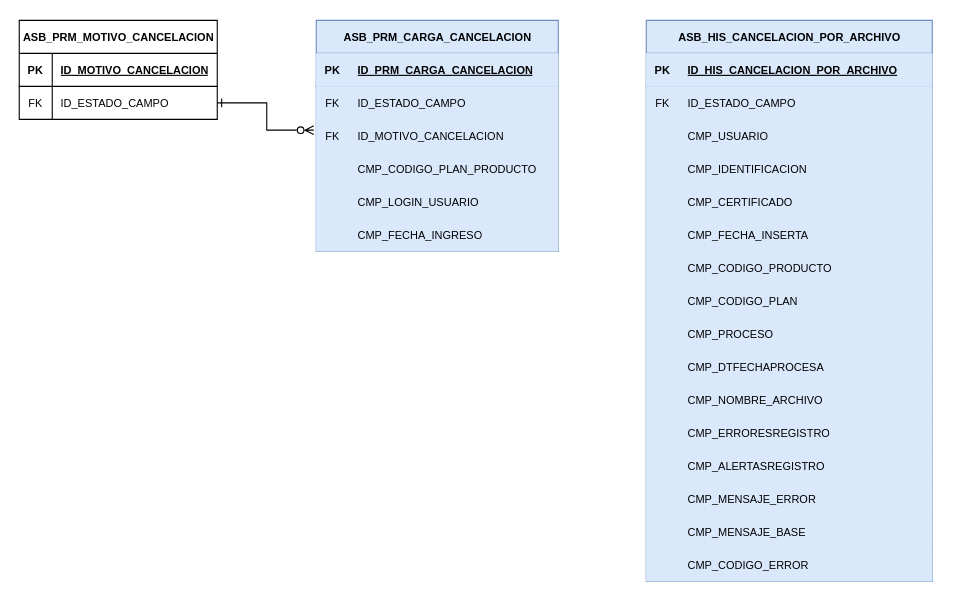
Earlier version of the draw.io diagram CargaCancelacionPorArchivo.drawio (dmateoval/Diagramas). Source tidied: cells renumbered, new cells numbered last; positions are measured from the earlier drawing's top-left corner, leaving out a move shared by most shapes. Both pictures are drawn from the tidied source at 110%, with x=0, y=0 at pixel (19, 20).
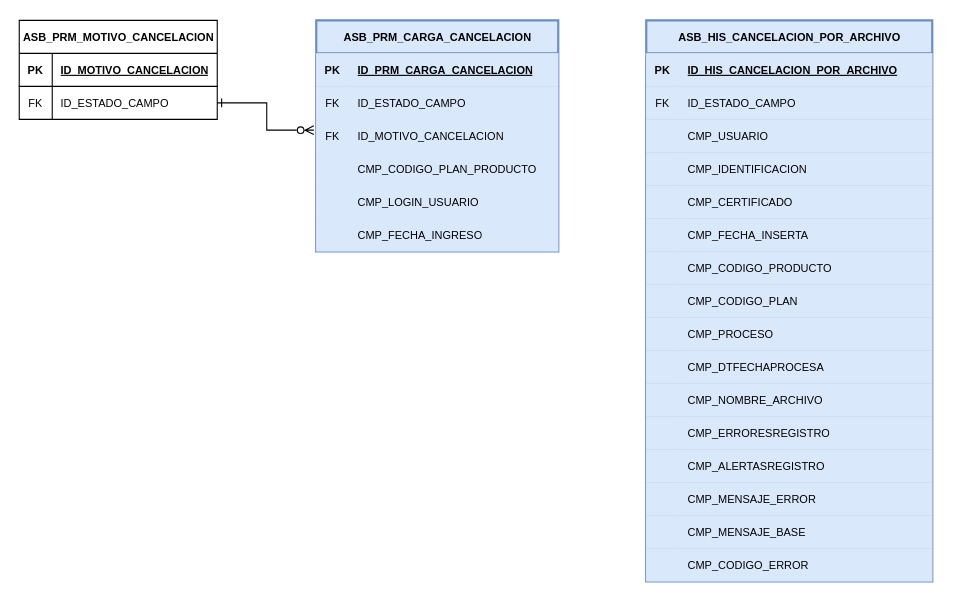
After the change.

Diff of the diagram source:
```diff
@@
-    <mxCell id="9" value="ASB_PRM_CARGA_CANCELACION" style="shape=table;startSize=30;childLayout=tableLayout;rowLines=0;fontStyle=1;align=center;html=1;fontSize=10;fillColor=#dae8fc;strokeColor=#6c8ebf;" parent="1" vertex="1">
+    <mxCell id="9" value="ASB_PRM_CARGA_CANCELACION" style="shape=table;startSize=30;childLayout=tableLayout;rowLines=0;fontStyle=1;align=center;html=1;fontSize=10;fillColor=#dae8fc;strokeColor=#6c8ebf;strokeWidth=2;" parent="1" vertex="1">
       <mxGeometry x="270" width="220" height="210" as="geometry" />
     </mxCell>
@@
-    <mxCell id="29" value="ASB_HIS_CANCELACION_POR_ARCHIVO" style="shape=table;startSize=30;childLayout=tableLayout;rowLines=0;fontStyle=1;align=center;html=1;fontSize=10;fillColor=#dae8fc;strokeColor=#6c8ebf;" parent="1" vertex="1">
+    <mxCell id="29" value="ASB_HIS_CANCELACION_POR_ARCHIVO" style="shape=table;startSize=30;childLayout=tableLayout;rowLines=0;fontStyle=1;align=center;html=1;fontSize=10;fillColor=#dae8fc;strokeColor=#6c8ebf;strokeWidth=2;shadow=0;textShadow=0;rounded=0;gradientColor=none;swimlaneFillColor=#330000;" parent="1" vertex="1">
       <mxGeometry x="570" width="260" height="510" as="geometry" />
     </mxCell>
```
